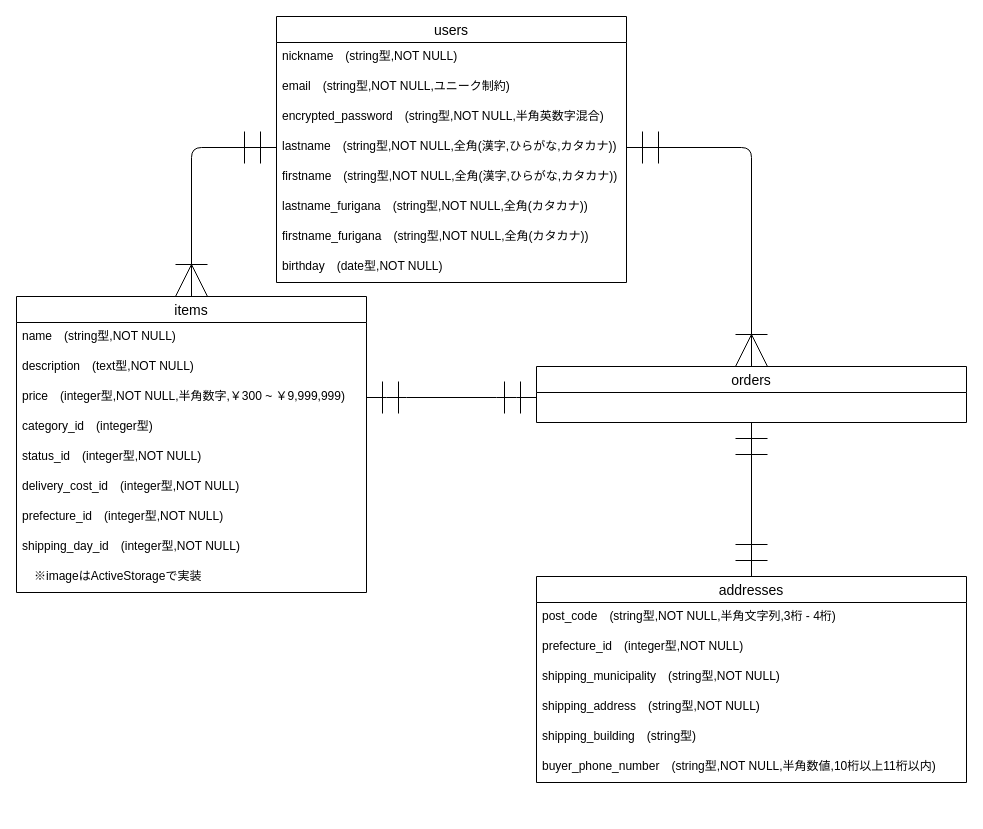
TechMishima/furima-39571 keeps this draw.io diagram as furima-39571.dio. Above is the earlier version. Source tidied: cells renumbered, new cells numbered last; positions are measured from the earlier drawing's top-left corner, leaving out a move shared by most shapes. Both pictures are drawn from the tidied source at 100%, with x=0, y=0 at pixel (16, 16).
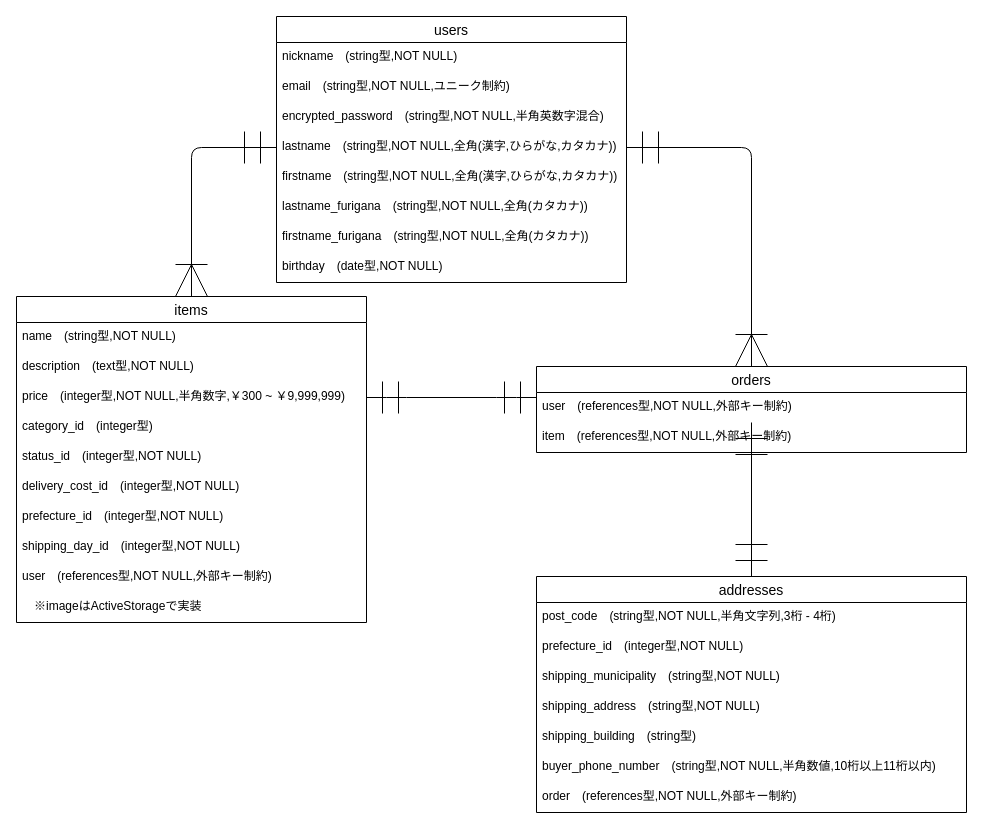
After the change.

Commit message:
データベース設計 修正３

What changed in the source:
```diff
@@
     <mxCell id="11" value="items" style="swimlane;fontStyle=0;horizontal=1;startSize=26;align=center;fontSize=14;" parent="1" vertex="1">
-      <mxGeometry y="280" width="350" height="296" as="geometry" />
+      <mxGeometry y="280" width="350" height="326" as="geometry" />
     </mxCell>
@@
+    <mxCell id="33" value="user　(references型,NOT NULL,外部キー制約)" style="text;strokeColor=none;fillColor=none;spacingLeft=4;spacingRight=4;overflow=hidden;fontSize=12;" parent="11" vertex="1">
+      <mxGeometry y="266" width="350" height="30" as="geometry" />
+    </mxCell>
     <mxCell id="20" value="　※imageはActiveStorageで実装" style="text;strokeColor=none;fillColor=none;spacingLeft=4;spacingRight=4;overflow=hidden;fontSize=12;" parent="11" vertex="1">
-      <mxGeometry y="266" width="350" height="30" as="geometry" />
+      <mxGeometry y="296" width="350" height="30" as="geometry" />
     </mxCell>
     <mxCell id="21" value="orders" style="swimlane;fontStyle=0;horizontal=1;startSize=26;align=center;fontSize=14;" parent="1" vertex="1">
-      <mxGeometry x="520" y="350" width="430" height="56" as="geometry" />
+      <mxGeometry x="520" y="350" width="430" height="86" as="geometry" />
     </mxCell>
+    <mxCell id="34" value="user　(references型,NOT NULL,外部キー制約)" style="text;strokeColor=none;fillColor=none;spacingLeft=4;spacingRight=4;overflow=hidden;fontSize=12;" parent="21" vertex="1">
+      <mxGeometry y="26" width="430" height="30" as="geometry" />
+    </mxCell>
+    <mxCell id="35" value="item　(references型,NOT NULL,外部キー制約)" style="text;strokeColor=none;fillColor=none;spacingLeft=4;spacingRight=4;overflow=hidden;fontSize=12;" parent="21" vertex="1">
+      <mxGeometry y="56" width="430" height="30" as="geometry" />
+    </mxCell>
@@
     <mxCell id="25" value="addresses" style="swimlane;fontStyle=0;horizontal=1;startSize=26;align=center;fontSize=14;" parent="1" vertex="1">
-      <mxGeometry x="520" y="560" width="430" height="206" as="geometry" />
+      <mxGeometry x="520" y="560" width="430" height="236" as="geometry" />
     </mxCell>
@@
+    <mxCell id="36" value="order　(references型,NOT NULL,外部キー制約)" style="text;strokeColor=none;fillColor=none;spacingLeft=4;spacingRight=4;overflow=hidden;fontSize=12;" parent="25" vertex="1">
+      <mxGeometry y="206" width="430" height="30" as="geometry" />
+    </mxCell>
```
